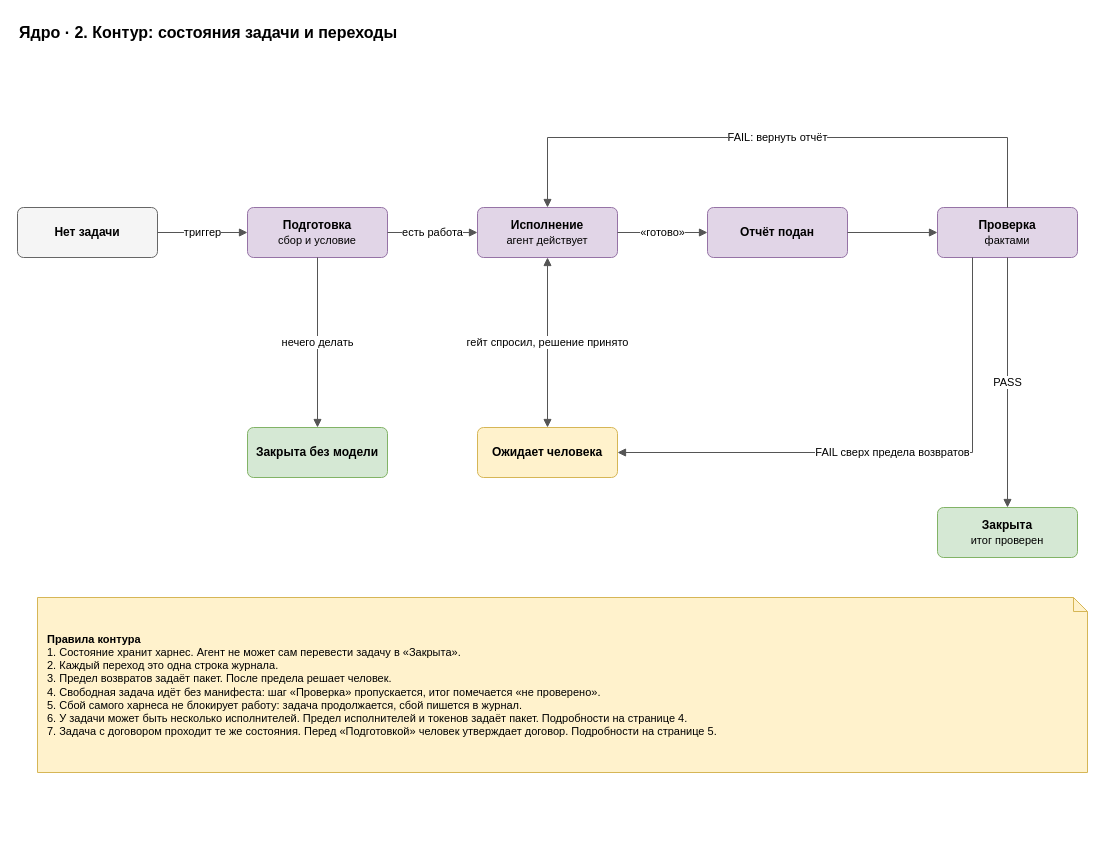
This is page "2. Состояния задачи" (2 of 7) of docs/spec/harness-core.drawio from roygkov/reins, a draw.io file, before an edit. Source tidied: cells renumbered, new cells numbered last; positions are measured from the earlier drawing's top-left corner, leaving out a move shared by most shapes. Both pictures are drawn from the tidied source at 100%, with x=0, y=0 at pixel (17, 17).
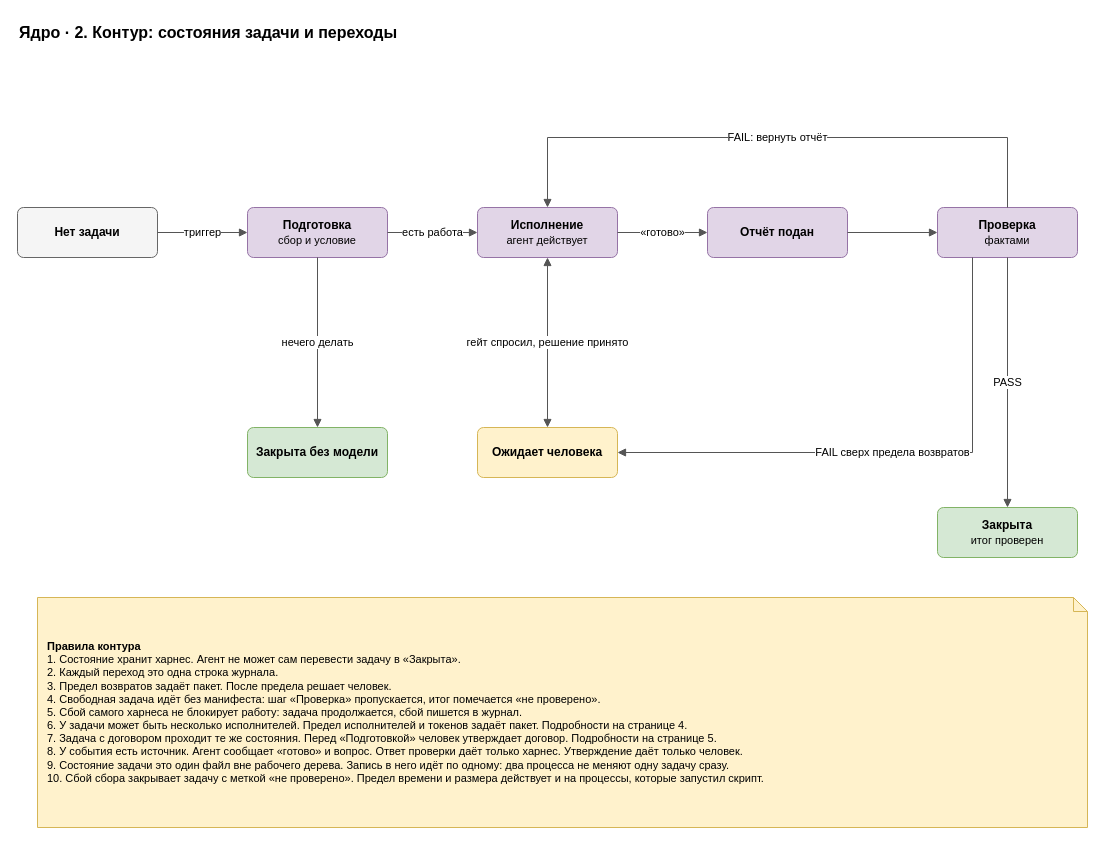
After the change.

Diff of the diagram source:
```diff
@@
-    <mxCell id="20" value="&lt;b&gt;Правила контура&lt;/b&gt;&lt;br&gt;1. Состояние хранит харнес. Агент не может сам перевести задачу в «Закрыта».&lt;br&gt;2. Каждый переход это одна строка журнала.&lt;br&gt;3. Предел возвратов задаёт пакет. После предела решает человек.&lt;br&gt;4. Свободная задача идёт без манифеста: шаг «Проверка» пропускается, итог помечается «не проверено».&lt;br&gt;5. Сбой самого харнеса не блокирует работу: задача продолжается, сбой пишется в журнал.&lt;br&gt;6. У задачи может быть несколько исполнителей. Предел исполнителей и токенов задаёт пакет. Подробности на странице 4.&lt;br&gt;7. Задача с договором проходит те же состояния. Перед «Подготовкой» человек утверждает договор. Подробности на странице 5." style="shape=note;whiteSpace=wrap;html=1;backgroundOutline=1;size=14;fillColor=#fff2cc;strokeColor=#d6b656;align=left;spacingLeft=8;spacingRight=8;fontSize=11;" parent="1" vertex="1">
-      <mxGeometry x="20" y="580" width="1050" height="175" as="geometry" />
+    <mxCell id="20" value="&lt;b&gt;Правила контура&lt;/b&gt;&lt;br&gt;1. Состояние хранит харнес. Агент не может сам перевести задачу в «Закрыта».&lt;br&gt;2. Каждый переход это одна строка журнала.&lt;br&gt;3. Предел возвратов задаёт пакет. После предела решает человек.&lt;br&gt;4. Свободная задача идёт без манифеста: шаг «Проверка» пропускается, итог помечается «не проверено».&lt;br&gt;5. Сбой самого харнеса не блокирует работу: задача продолжается, сбой пишется в журнал.&lt;br&gt;6. У задачи может быть несколько исполнителей. Предел исполнителей и токенов задаёт пакет. Подробности на странице 4.&lt;br&gt;7. Задача с договором проходит те же состояния. Перед «Подготовкой» человек утверждает договор. Подробности на странице 5.&lt;br&gt;8. У события есть источник. Агент сообщает «готово» и вопрос. Ответ проверки даёт только харнес. Утверждение даёт только человек.&lt;br&gt;9. Состояние задачи это один файл вне рабочего дерева. Запись в него идёт по одному: два процесса не меняют одну задачу сразу.&lt;br&gt;10. Сбой сбора закрывает задачу с меткой «не проверено». Предел времени и размера действует и на процессы, которые запустил скрипт." style="shape=note;whiteSpace=wrap;html=1;backgroundOutline=1;size=14;fillColor=#fff2cc;strokeColor=#d6b656;align=left;spacingLeft=8;spacingRight=8;fontSize=11;" parent="1" vertex="1">
+      <mxGeometry x="20" y="580" width="1050" height="230" as="geometry" />
     </mxCell>
```
